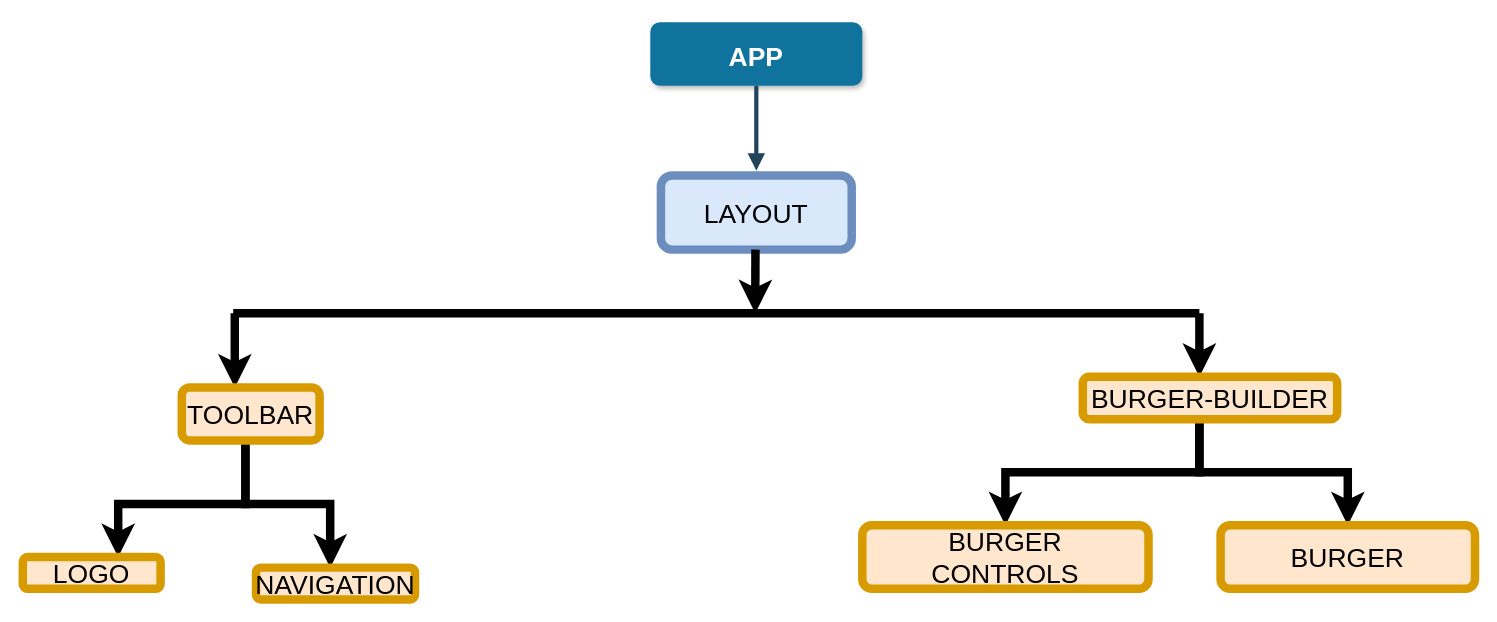
Above: page "Page-1" (1 of 2) of burger.drawio in bonheurjedd/BurgerBuilder (draw.io), before the change. Source tidied: cells renumbered, new cells numbered last; positions are measured from the earlier drawing's top-left corner, leaving out a move shared by most shapes. Both pictures are drawn from the tidied source at 106%, with x=0, y=0 at pixel (22, 22).
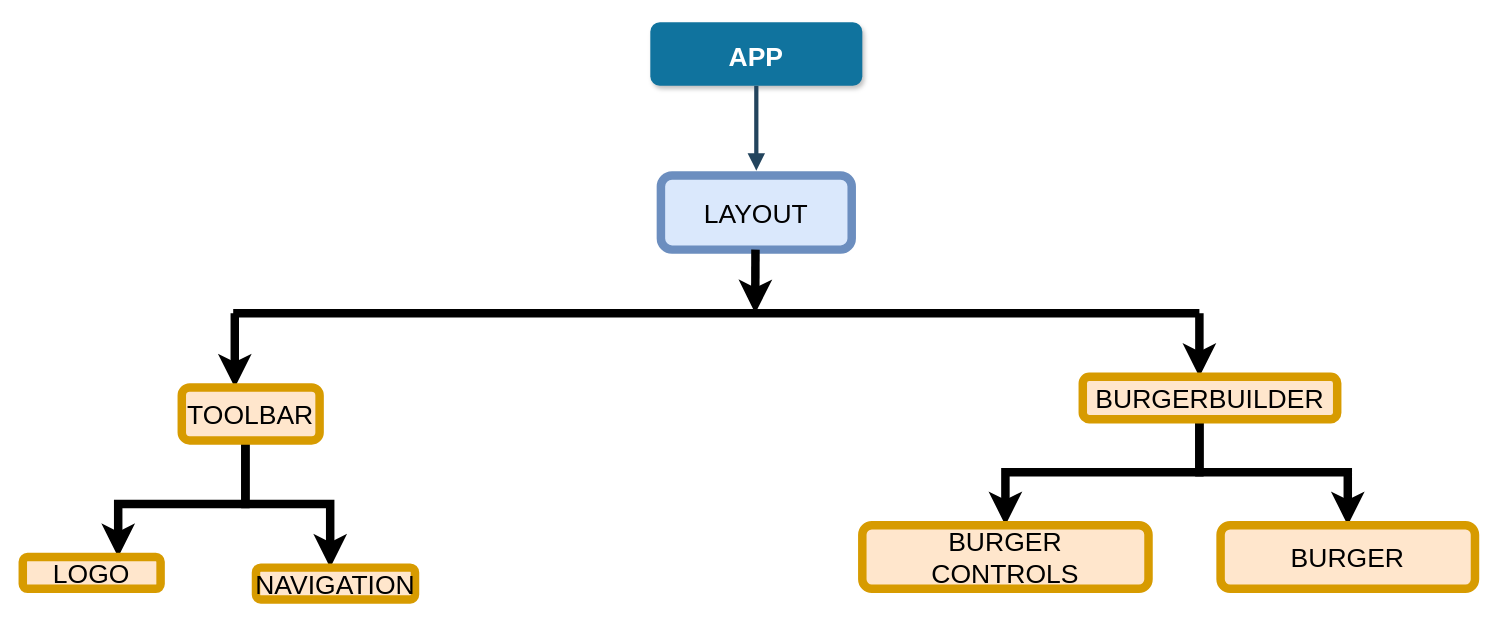
Above is the later version.

Change to the diagram source:
```diff
@@
-    <mxCell id="14" value="BURGER-BUILDER" style="rounded=1;whiteSpace=wrap;html=1;strokeWidth=8;fontSize=25;fillColor=#ffe6cc;strokeColor=#d79b00;" parent="1" vertex="1">
+    <mxCell id="14" value="BURGERBUILDER" style="rounded=1;whiteSpace=wrap;html=1;strokeWidth=8;fontSize=25;fillColor=#ffe6cc;strokeColor=#d79b00;" parent="1" vertex="1">
       <mxGeometry x="1000" y="334" width="240" height="40" as="geometry" />
     </mxCell>
```
